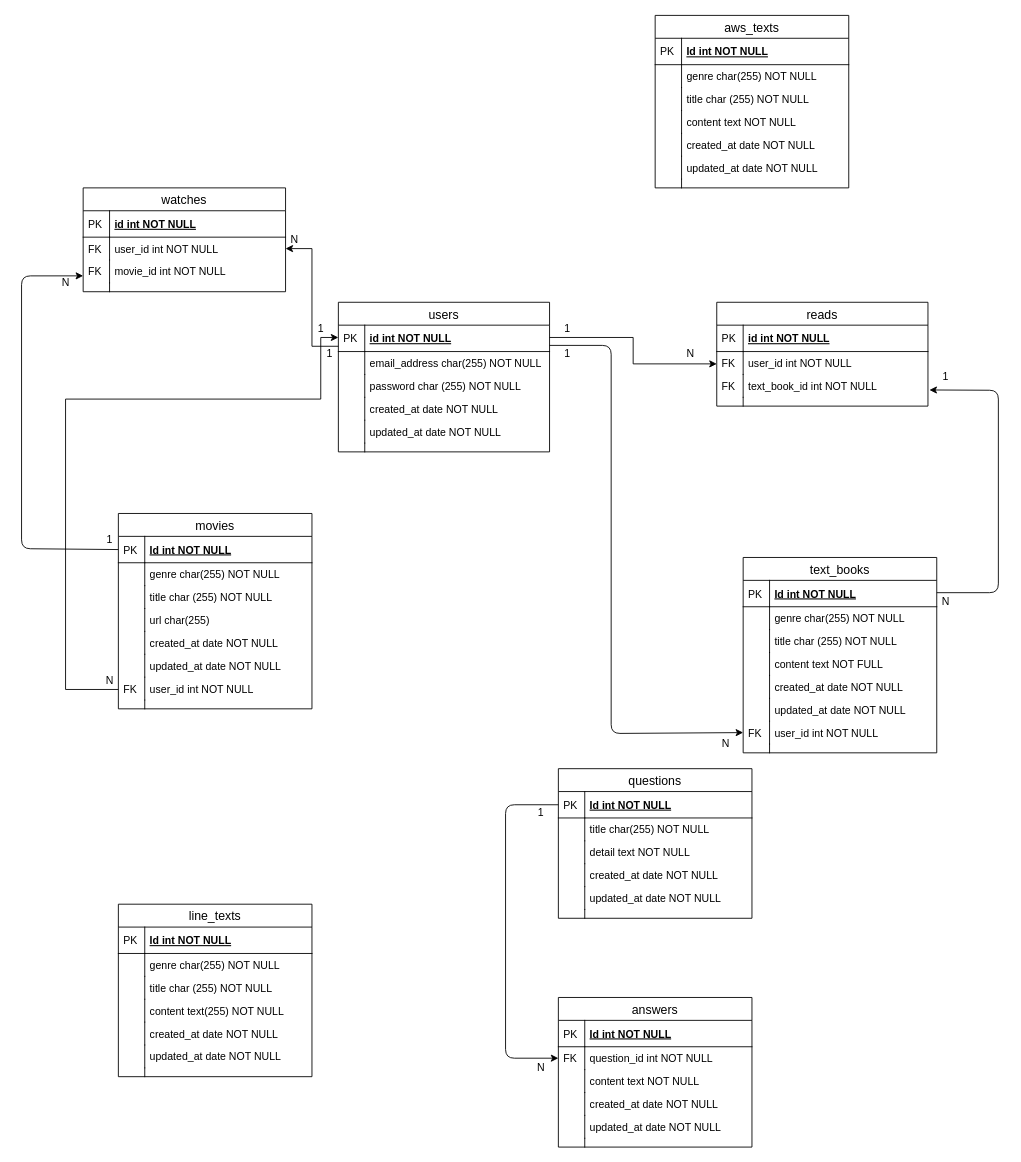
Above: gyakuten_clone_app.drawio in T-Tsujii/gyakuten_clone_group29 (draw.io), before the change. Source tidied: cells renumbered, new cells numbered last; positions are measured from the earlier drawing's top-left corner, leaving out a move shared by most shapes. Both pictures are drawn from the tidied source at 88%, with x=0, y=0 at pixel (21, 15).
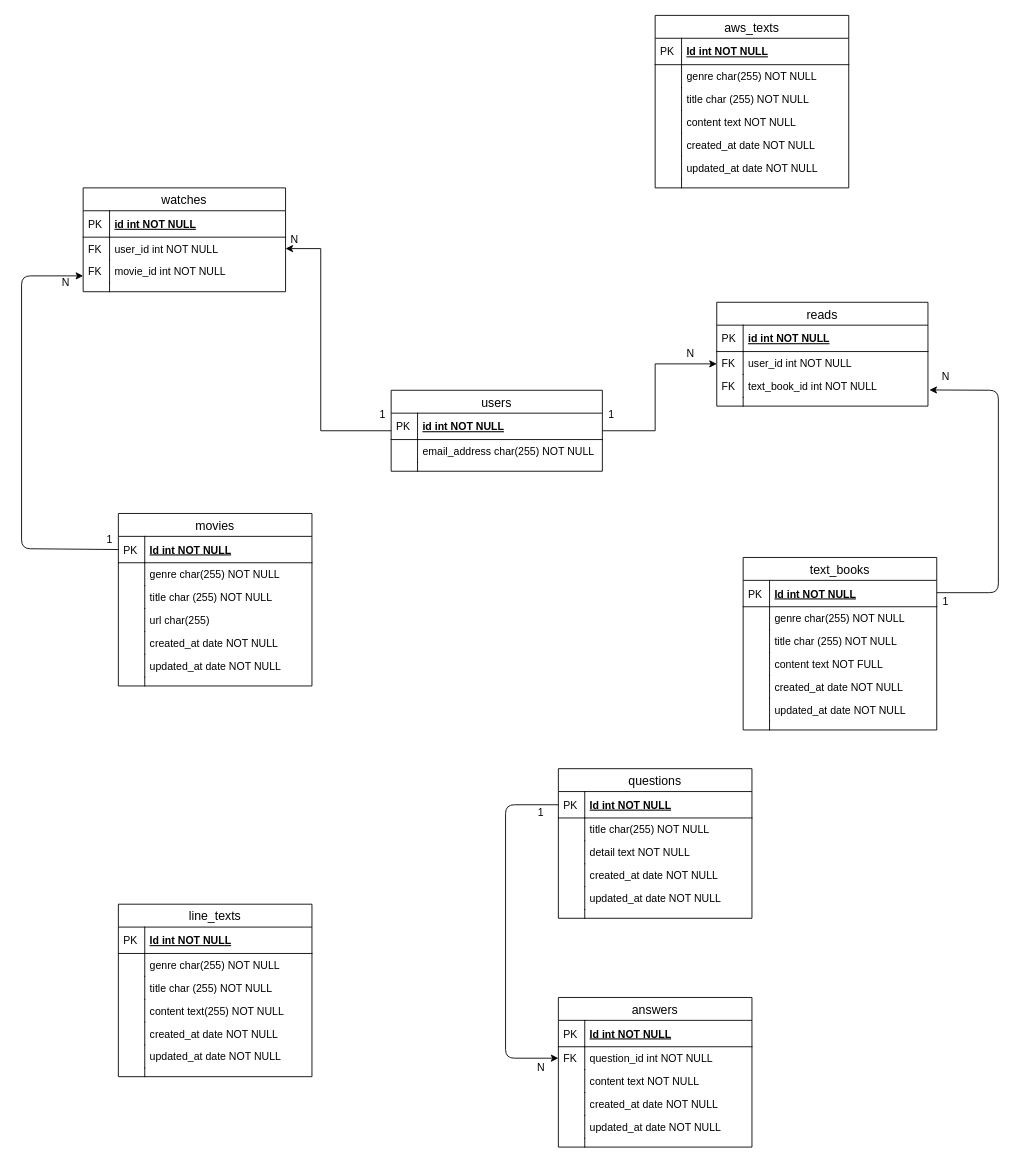
Above is the later version.

Commit message (it also covers changes not shown here):
ユーザーテーブルのカラム修正 中間テーブル（reads & watches）の関連付け修正 修正ER図をREADMEに反映

Unchanged cells that the change refers to:
```xml
<mxCell id="73" value="user_id int NOT NULL&#10;" style="shape=partialRectangle;top=0;left=0;right=0;bottom=0;align=left;verticalAlign=top;fillColor=none;spacingLeft=34;spacingRight=4;overflow=hidden;points=[[0,0.5],[1,0.5]];portConstraint=eastwest;fontSize=12;" parent="70" vertex="1">
  <mxGeometry y="56" width="230" height="26" as="geometry" />
</mxCell>
<mxCell id="126" value="reads" style="swimlane;fontStyle=0;horizontal=1;startSize=26;align=center;fontSize=14;" parent="1" vertex="1">
  <mxGeometry x="790" y="326" width="240" height="118" as="geometry" />
</mxCell>
```

Change to the diagram source:
```diff
@@
-    <mxCell id="2" style="edgeStyle=orthogonalEdgeStyle;rounded=0;jettySize=auto;html=1;" parent="1" edge="1" source="3" target="53">
-      <mxGeometry relative="1" as="geometry">
-        <Array as="points">
-          <mxPoint x="50" y="766" />
-          <mxPoint x="50" y="436" />
-          <mxPoint x="340" y="436" />
-          <mxPoint x="340" y="366" />
-        </Array>
-      </mxGeometry>
-    </mxCell>
     <mxCell id="3" value="movies" style="swimlane;fontStyle=0;horizontal=1;startSize=26;align=center;fontSize=14;" parent="1" vertex="1">
-      <mxGeometry x="110" y="566" width="220" height="222" as="geometry" />
+      <mxGeometry x="110" y="566" width="220" height="196" as="geometry" />
     </mxCell>
@@
-    <mxCell id="16" value="user_id int NOT NULL" style="shape=partialRectangle;top=0;left=0;right=0;bottom=0;align=left;verticalAlign=top;fillColor=none;spacingLeft=34;spacingRight=4;overflow=hidden;fontSize=12;" parent="3" vertex="1">
-      <mxGeometry y="186" width="220" height="26" as="geometry" />
-    </mxCell>
-    <mxCell id="17" value="FK" style="shape=partialRectangle;top=0;left=0;bottom=0;fillColor=none;align=left;verticalAlign=top;spacingLeft=4;spacingRight=4;overflow=hidden;fontSize=12;" parent="16" vertex="1">
-      <mxGeometry width="30" height="26" as="geometry" />
-    </mxCell>
     <mxCell id="18" style="shape=partialRectangle;top=0;left=0;right=0;bottom=0;align=left;verticalAlign=top;fillColor=none;spacingLeft=34;spacingRight=4;overflow=hidden;fontSize=12;" parent="3" vertex="1">
-      <mxGeometry y="212" width="220" height="10" as="geometry" />
+      <mxGeometry y="186" width="220" height="10" as="geometry" />
     </mxCell>
@@
     <mxCell id="49" style="edgeStyle=orthogonalEdgeStyle;rounded=0;jettySize=auto;html=1;entryX=1;entryY=0.5;entryDx=0;entryDy=0;" parent="1" edge="1" source="53" target="73">
       <mxGeometry relative="1" as="geometry">
         <Array as="points">
-          <mxPoint x="330" y="376" />
-          <mxPoint x="330" y="265" />
+          <mxPoint x="340" y="472" />
+          <mxPoint x="340" y="265" />
         </Array>
       </mxGeometry>
     </mxCell>
     <mxCell id="50" value="1" style="text;html=1;align=center;verticalAlign=middle;" parent="1" vertex="1">
-      <mxGeometry x="330" y="346" width="20" height="20" as="geometry" />
+      <mxGeometry x="400" y="444" width="20" height="20" as="geometry" />
     </mxCell>
-    <mxCell id="51" value="N" style="text;html=1;align=center;verticalAlign=middle;" parent="1" vertex="1">
-      <mxGeometry x="90" y="746" width="20" height="20" as="geometry" />
-    </mxCell>
     <mxCell id="52" style="edgeStyle=orthogonalEdgeStyle;rounded=0;jettySize=auto;html=1;" parent="1" edge="1" source="53" target="126">
       <mxGeometry relative="1" as="geometry">
         <Array as="points">
-          <mxPoint x="695" y="366" />
-          <mxPoint x="695" y="396" />
+          <mxPoint x="720" y="472" />
+          <mxPoint x="720" y="396" />
         </Array>
       </mxGeometry>
     </mxCell>
-    <mxCell id="53" value="users" style="swimlane;fontStyle=0;horizontal=1;startSize=26;align=center;fontSize=14;" parent="1" vertex="1">
-      <mxGeometry x="360" y="326" width="240" height="170" as="geometry" />
-    </mxCell>
-    <mxCell id="54" value="id int NOT NULL" style="shape=partialRectangle;top=0;left=0;right=0;bottom=1;align=left;verticalAlign=middle;fillColor=none;spacingLeft=34;spacingRight=4;overflow=hidden;fontStyle=5;fontSize=12;" parent="53" vertex="1">
-      <mxGeometry y="26" width="240" height="30" as="geometry" />
-    </mxCell>
-    <mxCell id="55" value="PK" style="shape=partialRectangle;top=0;left=0;bottom=0;fillColor=none;align=left;verticalAlign=middle;spacingLeft=4;spacingRight=4;overflow=hidden;fontSize=12;" parent="54" vertex="1">
-      <mxGeometry width="30" height="30" as="geometry" />
-    </mxCell>
-    <mxCell id="56" value="email_address char(255) NOT NULL&#10;" style="shape=partialRectangle;top=0;left=0;right=0;bottom=0;align=left;verticalAlign=top;fillColor=none;spacingLeft=34;spacingRight=4;overflow=hidden;fontSize=12;" parent="53" vertex="1">
-      <mxGeometry y="56" width="240" height="26" as="geometry" />
-    </mxCell>
-    <mxCell id="57" style="shape=partialRectangle;top=0;left=0;bottom=0;fillColor=none;align=left;verticalAlign=top;spacingLeft=4;spacingRight=4;overflow=hidden;fontSize=12;" parent="56" vertex="1">
-      <mxGeometry width="30" height="26" as="geometry" />
-    </mxCell>
-    <mxCell id="58" value="password char (255) NOT NULL&#10;" style="shape=partialRectangle;top=0;left=0;right=0;bottom=0;align=left;verticalAlign=top;fillColor=none;spacingLeft=34;spacingRight=4;overflow=hidden;fontSize=12;" parent="53" vertex="1">
-      <mxGeometry y="82" width="240" height="26" as="geometry" />
-    </mxCell>
-    <mxCell id="59" style="shape=partialRectangle;top=0;left=0;bottom=0;fillColor=none;align=left;verticalAlign=top;spacingLeft=4;spacingRight=4;overflow=hidden;fontSize=12;" parent="58" vertex="1">
-      <mxGeometry width="30" height="26" as="geometry" />
-    </mxCell>
-    <mxCell id="60" value="created_at date NOT NULL" style="shape=partialRectangle;top=0;left=0;right=0;bottom=0;align=left;verticalAlign=top;fillColor=none;spacingLeft=34;spacingRight=4;overflow=hidden;fontSize=12;" parent="53" vertex="1">
-      <mxGeometry y="108" width="240" height="26" as="geometry" />
-    </mxCell>
-    <mxCell id="61" style="shape=partialRectangle;top=0;left=0;bottom=0;fillColor=none;align=left;verticalAlign=top;spacingLeft=4;spacingRight=4;overflow=hidden;fontSize=12;" parent="60" vertex="1">
-      <mxGeometry width="30" height="26" as="geometry" />
-    </mxCell>
-    <mxCell id="62" value="updated_at date NOT NULL" style="shape=partialRectangle;top=0;left=0;right=0;bottom=0;align=left;verticalAlign=top;fillColor=none;spacingLeft=34;spacingRight=4;overflow=hidden;fontSize=12;" parent="53" vertex="1">
-      <mxGeometry y="134" width="240" height="26" as="geometry" />
-    </mxCell>
-    <mxCell id="63" style="shape=partialRectangle;top=0;left=0;bottom=0;fillColor=none;align=left;verticalAlign=top;spacingLeft=4;spacingRight=4;overflow=hidden;fontSize=12;" parent="62" vertex="1">
-      <mxGeometry width="30" height="26" as="geometry" />
-    </mxCell>
-    <mxCell id="64" style="shape=partialRectangle;top=0;left=0;right=0;bottom=0;align=left;verticalAlign=top;fillColor=none;spacingLeft=34;spacingRight=4;overflow=hidden;fontSize=12;" parent="53" vertex="1">
-      <mxGeometry y="160" width="240" height="10" as="geometry" />
-    </mxCell>
-    <mxCell id="65" style="shape=partialRectangle;top=0;left=0;bottom=0;fillColor=none;align=left;verticalAlign=top;spacingLeft=4;spacingRight=4;overflow=hidden;fontSize=12;" parent="64" vertex="1">
-      <mxGeometry width="30" height="10" as="geometry" />
-    </mxCell>
@@
     <mxCell id="94" value="text_books" style="swimlane;fontStyle=0;horizontal=1;startSize=26;align=center;fontSize=14;" parent="1" vertex="1">
-      <mxGeometry x="820" y="616" width="220" height="222" as="geometry" />
+      <mxGeometry x="820" y="616" width="220" height="196" as="geometry" />
     </mxCell>
@@
-    <mxCell id="107" value="user_id int NOT NULL" style="shape=partialRectangle;top=0;left=0;right=0;bottom=0;align=left;verticalAlign=top;fillColor=none;spacingLeft=34;spacingRight=4;overflow=hidden;points=[[0,0.5],[1,0.5]];portConstraint=eastwest;fontSize=12;" parent="94" vertex="1">
-      <mxGeometry y="186" width="220" height="26" as="geometry" />
-    </mxCell>
-    <mxCell id="108" value="FK" style="shape=partialRectangle;top=0;left=0;bottom=0;fillColor=none;align=left;verticalAlign=top;spacingLeft=4;spacingRight=4;overflow=hidden;fontSize=12;" parent="107" vertex="1">
-      <mxGeometry width="30" height="26" as="geometry" />
-    </mxCell>
     <mxCell id="109" style="shape=partialRectangle;top=0;left=0;right=0;bottom=0;align=left;verticalAlign=top;fillColor=none;spacingLeft=34;spacingRight=4;overflow=hidden;fontSize=12;" parent="94" vertex="1">
-      <mxGeometry y="212" width="220" height="10" as="geometry" />
+      <mxGeometry y="186" width="220" height="10" as="geometry" />
     </mxCell>
@@
     <mxCell id="135" value="1" style="text;html=1;align=center;verticalAlign=middle;" parent="1" vertex="1">
-      <mxGeometry x="610" y="346" width="20" height="20" as="geometry" />
+      <mxGeometry x="660" y="444" width="20" height="20" as="geometry" />
     </mxCell>
@@
-    <mxCell id="138" value="1" style="text;html=1;align=center;verticalAlign=middle;" parent="1" vertex="1">
+    <mxCell id="138" value="N" style="text;html=1;align=center;verticalAlign=middle;" parent="1" vertex="1">
       <mxGeometry x="1040" y="401" width="20" height="20" as="geometry" />
     </mxCell>
-    <mxCell id="139" value="N" style="text;html=1;align=center;verticalAlign=middle;" parent="1" vertex="1">
+    <mxCell id="139" value="1" style="text;html=1;align=center;verticalAlign=middle;" parent="1" vertex="1">
       <mxGeometry x="1040" y="656" width="20" height="20" as="geometry" />
     </mxCell>
-    <mxCell id="140" style="endArrow=classic;html=1;entryX=0;entryY=0.5;entryDx=0;entryDy=0;" parent="1" edge="1" target="107">
-      <mxGeometry relative="1" as="geometry">
-        <mxPoint x="600" y="375" as="sourcePoint" />
-        <Array as="points">
-          <mxPoint x="670" y="375" />
-          <mxPoint x="670" y="816" />
-        </Array>
-      </mxGeometry>
-    </mxCell>
-    <mxCell id="141" value="1" style="text;html=1;align=center;verticalAlign=middle;" parent="1" vertex="1">
-      <mxGeometry x="610" y="375" width="20" height="20" as="geometry" />
-    </mxCell>
-    <mxCell id="142" value="N" style="text;html=1;align=center;verticalAlign=middle;" parent="1" vertex="1">
-      <mxGeometry x="790" y="818" width="20" height="20" as="geometry" />
-    </mxCell>
-    <mxCell id="143" value="1" style="text;html=1;align=center;verticalAlign=middle;" parent="1" vertex="1">
-      <mxGeometry x="340" y="375" width="20" height="20" as="geometry" />
-    </mxCell>
+    <mxCell id="53" value="users" style="swimlane;fontStyle=0;horizontal=1;startSize=26;align=center;fontSize=14;" parent="1" vertex="1">
+      <mxGeometry x="420" y="426" width="240" height="92" as="geometry" />
+    </mxCell>
+    <mxCell id="54" value="id int NOT NULL" style="shape=partialRectangle;top=0;left=0;right=0;bottom=1;align=left;verticalAlign=middle;fillColor=none;spacingLeft=34;spacingRight=4;overflow=hidden;fontStyle=5;fontSize=12;" parent="53" vertex="1">
+      <mxGeometry y="26" width="240" height="30" as="geometry" />
+    </mxCell>
+    <mxCell id="55" value="PK" style="shape=partialRectangle;top=0;left=0;bottom=0;fillColor=none;align=left;verticalAlign=middle;spacingLeft=4;spacingRight=4;overflow=hidden;fontSize=12;" parent="54" vertex="1">
+      <mxGeometry width="30" height="30" as="geometry" />
+    </mxCell>
+    <mxCell id="56" value="email_address char(255) NOT NULL&#10;" style="shape=partialRectangle;top=0;left=0;right=0;bottom=0;align=left;verticalAlign=top;fillColor=none;spacingLeft=34;spacingRight=4;overflow=hidden;fontSize=12;" parent="53" vertex="1">
+      <mxGeometry y="56" width="240" height="26" as="geometry" />
+    </mxCell>
+    <mxCell id="57" style="shape=partialRectangle;top=0;left=0;bottom=0;fillColor=none;align=left;verticalAlign=top;spacingLeft=4;spacingRight=4;overflow=hidden;fontSize=12;" parent="56" vertex="1">
+      <mxGeometry width="30" height="26" as="geometry" />
+    </mxCell>
+    <mxCell id="64" style="shape=partialRectangle;top=0;left=0;right=0;bottom=0;align=left;verticalAlign=top;fillColor=none;spacingLeft=34;spacingRight=4;overflow=hidden;fontSize=12;" parent="53" vertex="1">
+      <mxGeometry y="82" width="240" height="10" as="geometry" />
+    </mxCell>
+    <mxCell id="65" style="shape=partialRectangle;top=0;left=0;bottom=0;fillColor=none;align=left;verticalAlign=top;spacingLeft=4;spacingRight=4;overflow=hidden;fontSize=12;" parent="64" vertex="1">
+      <mxGeometry width="30" height="10" as="geometry" />
+    </mxCell>
```
